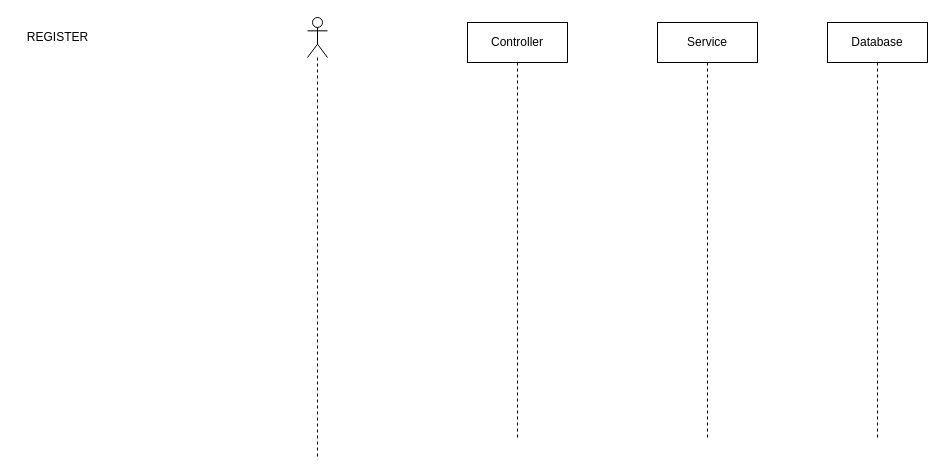
This is dangky.drawio from letham1612/test.ithub, a draw.io file, before an edit. Source tidied: cells renumbered, new cells numbered last; positions are measured from the earlier drawing's top-left corner, leaving out a move shared by most shapes. Both pictures are drawn from the tidied source at 100%, with x=0, y=0 at pixel (17, 17).
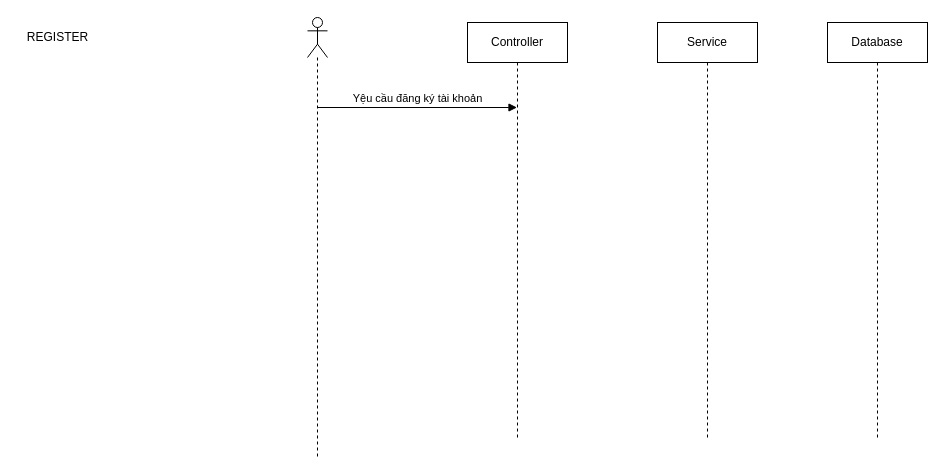
The same diagram, later.

Commit message (it also covers changes not shown here):
Cập nhật dangky.drawio

What changed in the source:
```diff
@@
 <mxGraphModel>
   <root>
     <mxCell id="0" />
     <mxCell id="1" parent="0" />
     <mxCell id="2" value="REGISTER&lt;br&gt;" style="text;html=1;align=center;verticalAlign=middle;strokeColor=none;fillColor=none;" parent="1" vertex="1">
       <mxGeometry y="5" width="80" height="30" as="geometry" />
     </mxCell>
     <mxCell id="3" style="shape=umlLifeline;perimeter=lifelinePerimeter;whiteSpace=wrap;html=1;newEdgeStyle={&quot;curved&quot;:0,&quot;rounded&quot;:0};participant=umlActor;" parent="1" vertex="1">
       <mxGeometry x="290" width="20" height="440" as="geometry" />
     </mxCell>
     <mxCell id="4" value="Controller" style="shape=umlLifeline;perimeter=lifelinePerimeter;whiteSpace=wrap;html=1;outlineConnect=0;portConstraint=eastwest;newEdgeStyle={&quot;curved&quot;:0,&quot;rounded&quot;:0};" parent="1" vertex="1">
       <mxGeometry x="450" y="5" width="100" height="415" as="geometry" />
     </mxCell>
     <mxCell id="5" value="Service" style="shape=umlLifeline;perimeter=lifelinePerimeter;whiteSpace=wrap;html=1;newEdgeStyle={&quot;curved&quot;:0,&quot;rounded&quot;:0};" parent="1" vertex="1">
       <mxGeometry x="640" y="5" width="100" height="415" as="geometry" />
     </mxCell>
     <mxCell id="6" value="Database" style="shape=umlLifeline;perimeter=lifelinePerimeter;whiteSpace=wrap;html=1;newEdgeStyle={&quot;curved&quot;:0,&quot;rounded&quot;:0};" parent="1" vertex="1">
       <mxGeometry x="810" y="5" width="100" height="415" as="geometry" />
     </mxCell>
+    <mxCell id="7" value="Yệu cầu đăng ký tài khoản&lt;br&gt;" style="html=1;verticalAlign=bottom;endArrow=block;curved=0;rounded=0;" parent="1" edge="1" target="4">
+      <mxGeometry relative="1" as="geometry">
+        <mxPoint x="300" y="90" as="sourcePoint" />
+      </mxGeometry>
+    </mxCell>
   </root>
 </mxGraphModel>
```
